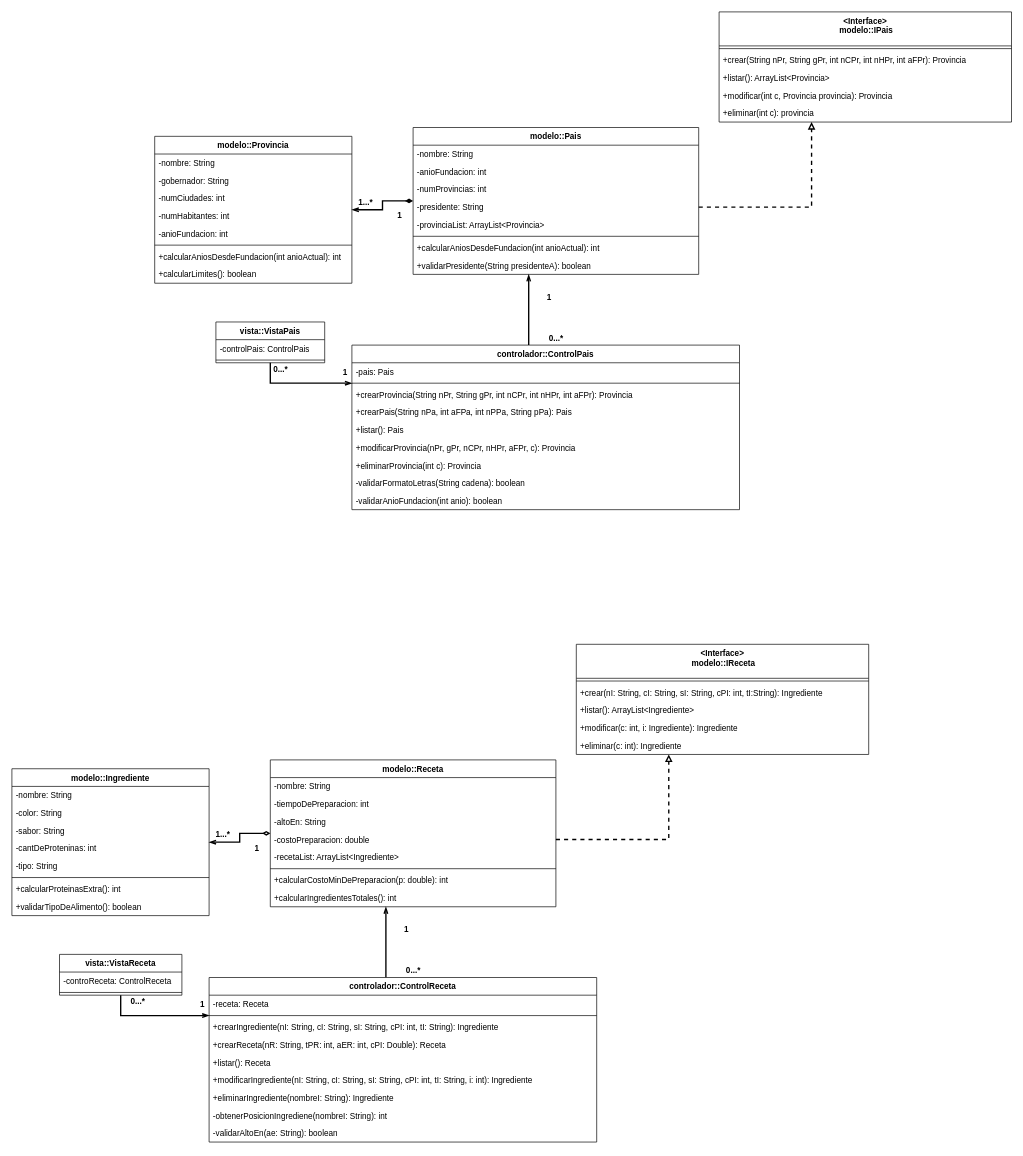
This is Untitled Diagram.drawio from AndyAbad21/Unidad_01_03, a draw.io file, before an edit. Source tidied: cells renumbered, new cells numbered last; positions are measured from the earlier drawing's top-left corner, leaving out a move shared by most shapes. Both pictures are drawn from the tidied source at 68%, with x=0, y=0 at pixel (12, 12).
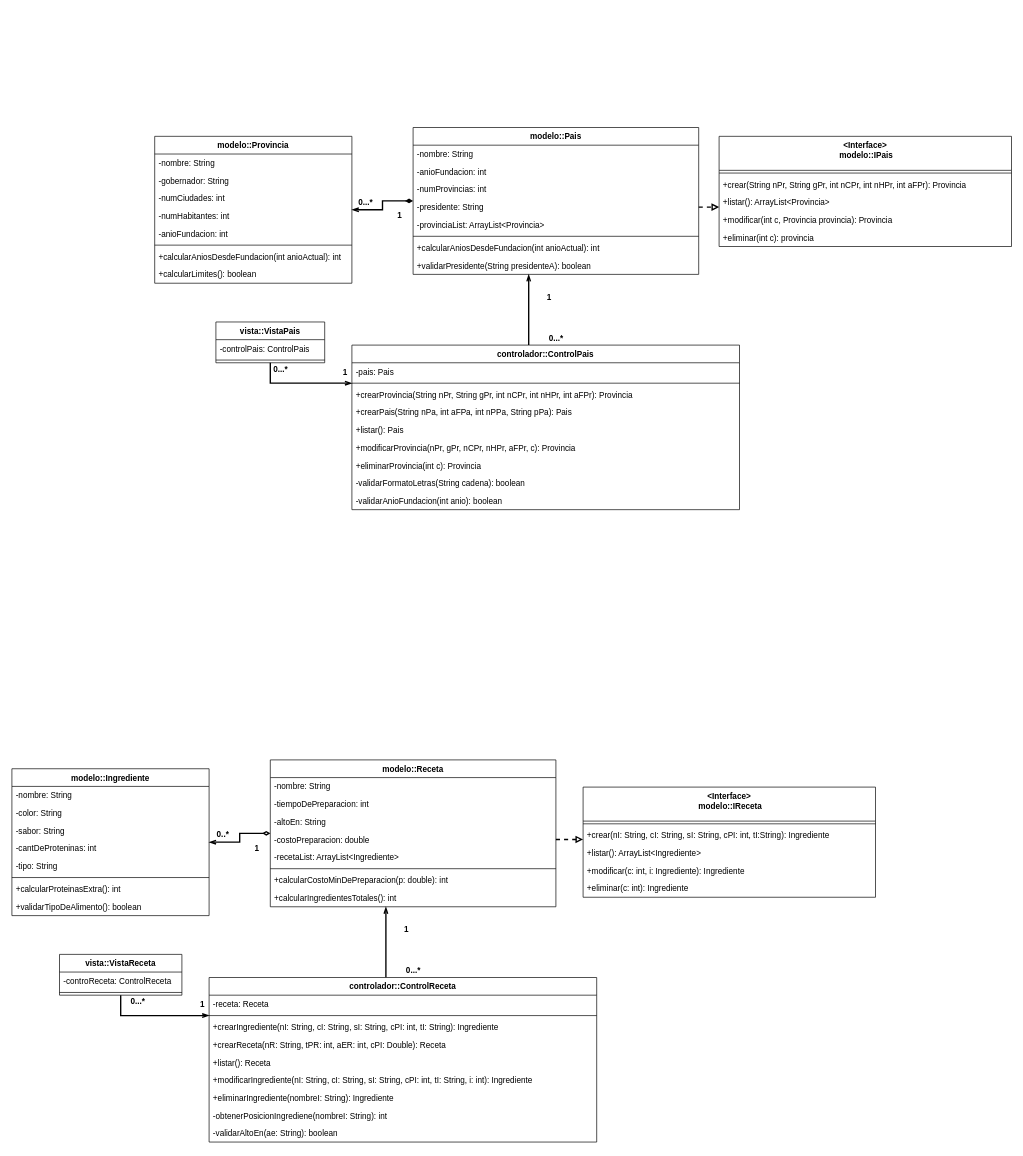
The same page after the edit.

Diff of the diagram source:
```diff
@@
     <mxCell id="21" value="&lt;Interface&gt;&#10; modelo::IPais" style="swimlane;fontStyle=1;align=center;verticalAlign=top;horizontal=1;startSize=50;" parent="1" vertex="1">
-      <mxGeometry x="1040" width="430" height="162" as="geometry" />
+      <mxGeometry x="1040" y="183" width="430" height="162" as="geometry" />
     </mxCell>
@@
-    <mxCell id="47" value="&lt;b&gt;1...*&lt;/b&gt;" style="text;html=1;align=center;verticalAlign=middle;strokeColor=none;fillColor=none;" parent="1" vertex="1">
+    <mxCell id="47" value="&lt;b&gt;0...*&lt;/b&gt;" style="text;html=1;align=center;verticalAlign=middle;strokeColor=none;fillColor=none;" parent="1" vertex="1">
       <mxGeometry x="500" y="270" width="40" height="20" as="geometry" />
     </mxCell>
@@
     <mxCell id="68" value="&lt;Interface&gt;&#10; modelo::IReceta" style="swimlane;fontStyle=1;align=center;verticalAlign=top;horizontal=1;startSize=50;" parent="1" vertex="1">
-      <mxGeometry x="830" y="930" width="430" height="162" as="geometry" />
+      <mxGeometry x="840" y="1140" width="430" height="162" as="geometry" />
     </mxCell>
@@
-    <mxCell id="94" value="&lt;b&gt;1...*&lt;/b&gt;" style="text;html=1;align=center;verticalAlign=middle;strokeColor=none;fillColor=none;" parent="1" vertex="1">
-      <mxGeometry x="290" y="1200" width="40" height="20" as="geometry" />
+    <mxCell id="94" value="&lt;b&gt;0..*&lt;/b&gt;" style="text;html=1;align=center;verticalAlign=middle;strokeColor=none;fillColor=none;" parent="1" vertex="1">
+      <mxGeometry x="295" y="1200" width="30" height="20" as="geometry" />
     </mxCell>
```
